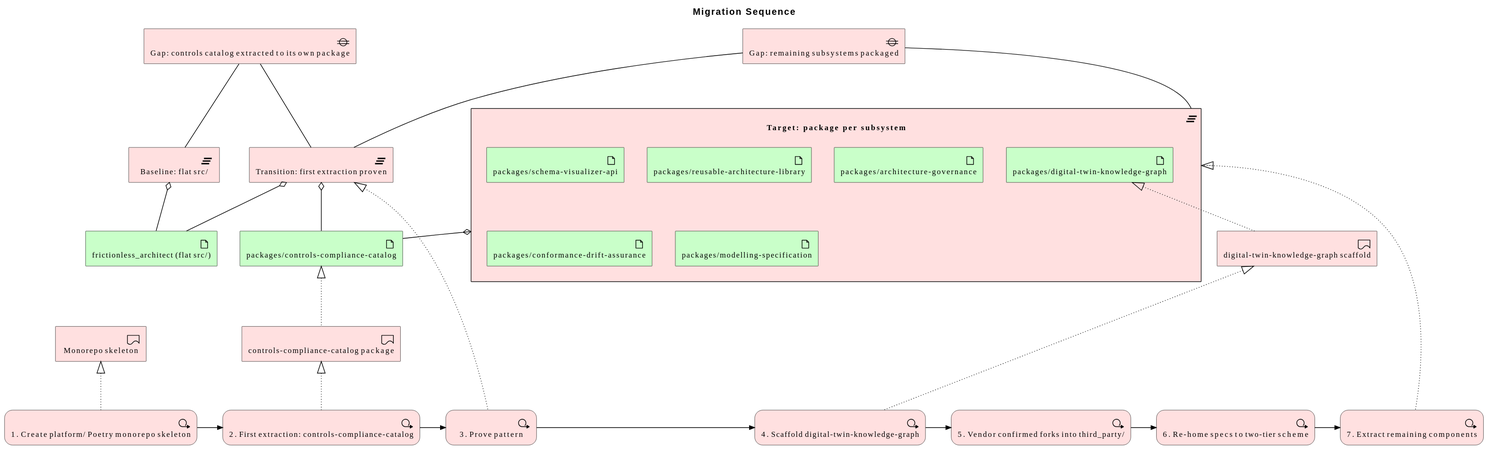
This is architecture/model/diagrams/migration/sequence.svg from wolffy-au/frictionless-architect, a PlantUML export, as it was before one commit.
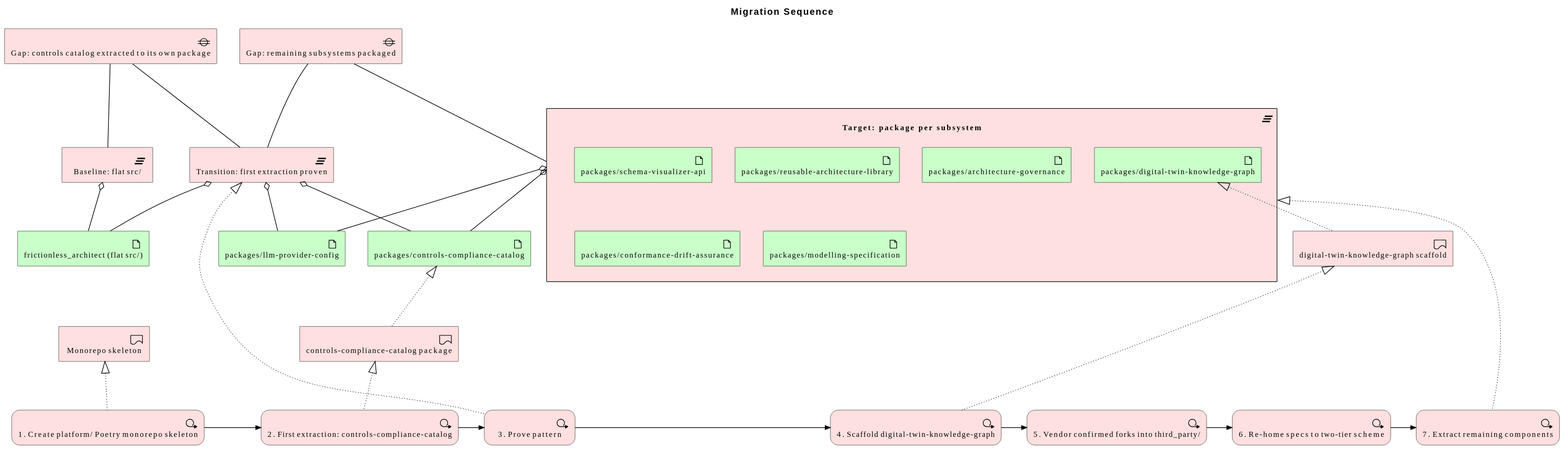
After the change.

The edit, as a diff of the source:
```diff
@@ -5,6 +5,7 @@
 
 Technology_Artifact(e_id9b247a70d9f258, "frictionless_architect (flat src/)")
 Technology_Artifact(e_idfcb391a9833b5b, "packages/controls-compliance-catalog")
+Technology_Artifact(e_id2b059f9c51b053, "packages/llm-provider-config")
 Implementation_WorkPackage(e_idbd449c19b4d151, "1. Create platform/ Poetry monorepo skeleton")
 Implementation_WorkPackage(e_idf7f5656c5dbc55, "2. First extraction: controls-compliance-catalog")
 Implementation_WorkPackage(e_id8526bedb919051, "3. Prove pattern")
@@ -44,7 +45,9 @@
 Rel_Aggregation(e_id4accde76fa5858, e_id9b247a70d9f258, "")
 Rel_Aggregation(e_id0b25de8c31c356, e_id9b247a70d9f258, "")
 Rel_Aggregation(e_id0b25de8c31c356, e_idfcb391a9833b5b, "")
+Rel_Aggregation(e_id0b25de8c31c356, e_id2b059f9c51b053, "")
 Rel_Aggregation(e_idc612f81efc8758, e_idfcb391a9833b5b, "")
+Rel_Aggregation(e_idc612f81efc8758, e_id2b059f9c51b053, "")
 Rel_Association(e_idea9942f7e66155, e_id4accde76fa5858, "")
 Rel_Association(e_idea9942f7e66155, e_id0b25de8c31c356, "")
 Rel_Association(e_id46193b16238b5f, e_id0b25de8c31c356, "")
```
